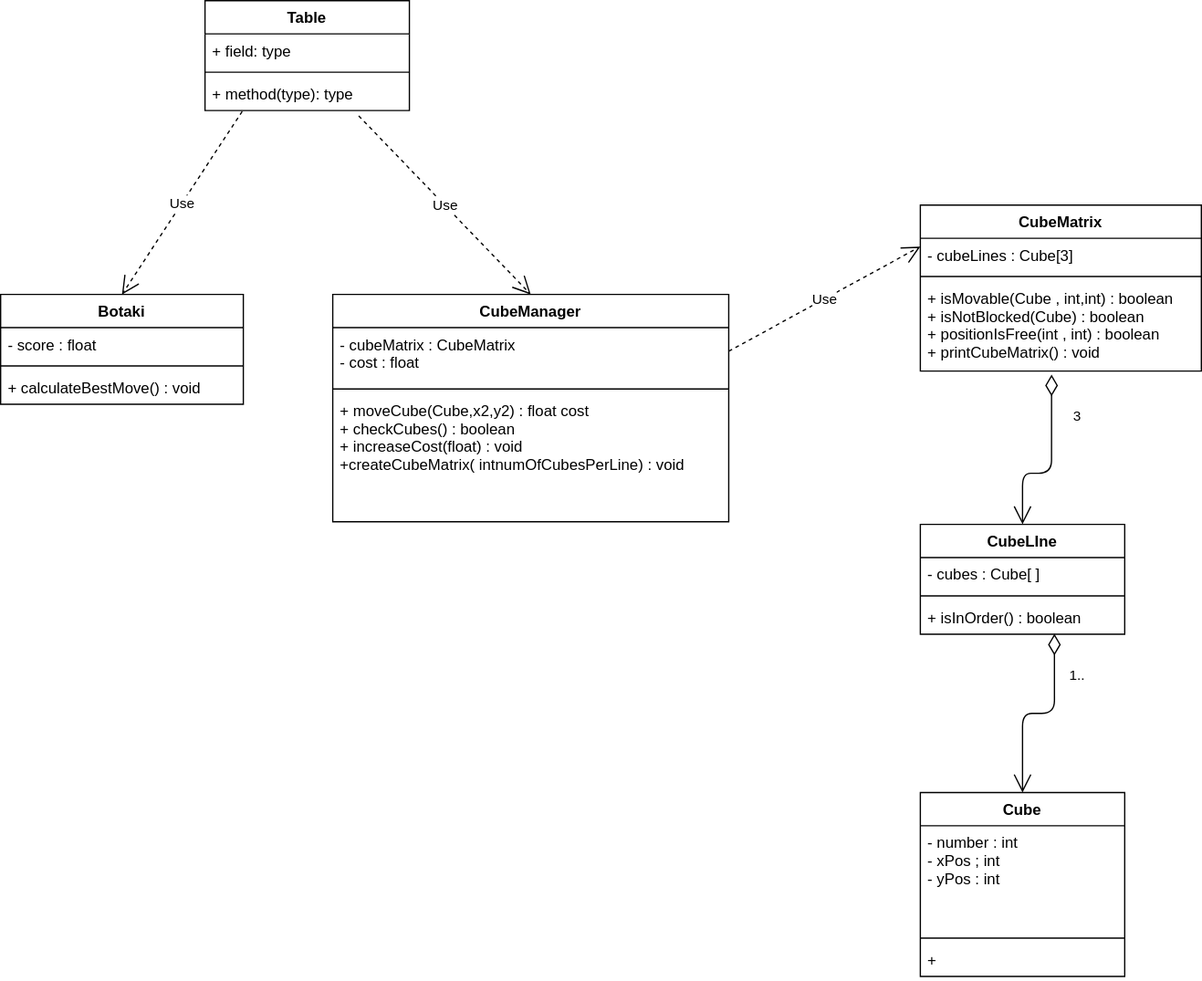
Above: ask1.drawio.svg in philipAthanasopoulos/Cube-io (draw.io), before the change. Source tidied: cells renumbered, new cells last; positions are measured from the earlier drawing's top-left corner, leaving out a move shared by most shapes.
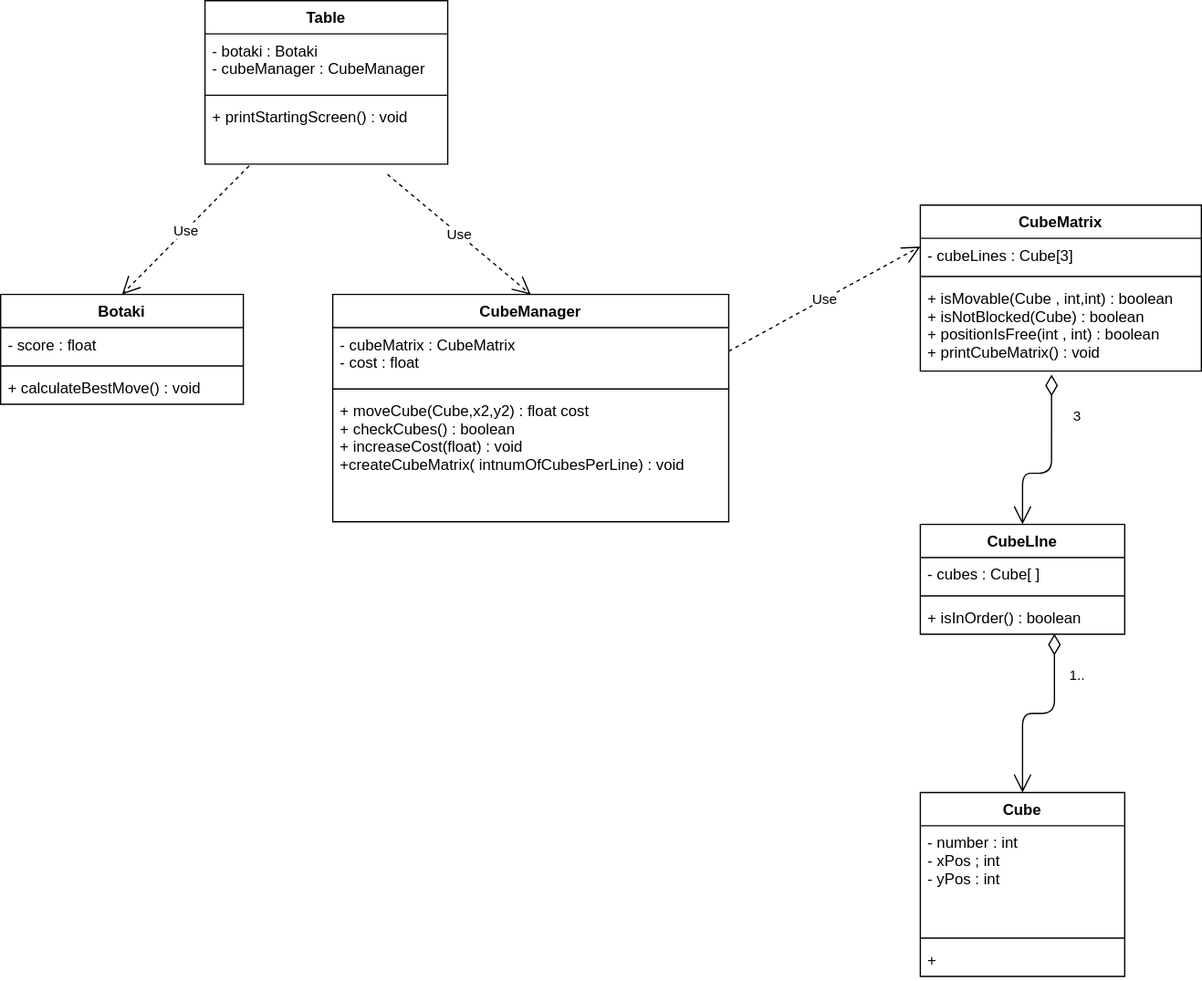
The same diagram one commit later.

The edit, as a diff of the source:
```diff
@@ -15,16 +15,16 @@
       <mxGeometry y="60" width="190" height="26" as="geometry" />
     </mxCell>
     <mxCell id="6" value="Table&#10;" style="swimlane;fontStyle=1;align=center;verticalAlign=top;horizontal=1;startSize=26;" parent="1" vertex="1">
-      <mxGeometry x="160" width="160" height="86" as="geometry" />
+      <mxGeometry x="160" width="190" height="128" as="geometry" />
     </mxCell>
-    <mxCell id="7" value="+ field: type" style="text;strokeColor=none;fillColor=none;align=left;verticalAlign=top;spacingLeft=4;spacingRight=4;overflow=hidden;" parent="6" vertex="1">
-      <mxGeometry y="26" width="160" height="26" as="geometry" />
+    <mxCell id="7" value="- botaki : Botaki&#10;- cubeManager : CubeManager" style="text;strokeColor=none;fillColor=none;align=left;verticalAlign=top;spacingLeft=4;spacingRight=4;overflow=hidden;" parent="6" vertex="1">
+      <mxGeometry y="26" width="190" height="44" as="geometry" />
     </mxCell>
     <mxCell id="8" style="line;strokeWidth=1;fillColor=none;align=left;verticalAlign=middle;spacingTop=-1;spacingLeft=3;spacingRight=3;labelPosition=right;strokeColor=inherit;" parent="6" vertex="1">
-      <mxGeometry y="52" width="160" height="8" as="geometry" />
+      <mxGeometry y="70" width="190" height="8" as="geometry" />
     </mxCell>
-    <mxCell id="9" value="+ method(type): type" style="text;strokeColor=none;fillColor=none;align=left;verticalAlign=top;spacingLeft=4;spacingRight=4;overflow=hidden;points=[[0,0.5],[1,0.5]];portConstraint=eastwest;" parent="6" vertex="1">
-      <mxGeometry y="60" width="160" height="26" as="geometry" />
+    <mxCell id="9" value="+ printStartingScreen() : void" style="text;strokeColor=none;fillColor=none;align=left;verticalAlign=top;spacingLeft=4;spacingRight=4;overflow=hidden;points=[[0,0.5],[1,0.5]];portConstraint=eastwest;" parent="6" vertex="1">
+      <mxGeometry y="78" width="190" height="50" as="geometry" />
     </mxCell>
     <mxCell id="10" value="Use" style="endArrow=open;endSize=12;dashed=1;html=1;exitX=0.182;exitY=1.026;exitDx=0;exitDy=0;exitPerimeter=0;entryX=0.5;entryY=0;entryDx=0;entryDy=0;entryPerimeter=0;" parent="1" edge="1" source="9" target="2">
       <mxGeometry relative="1" as="geometry" />
```
